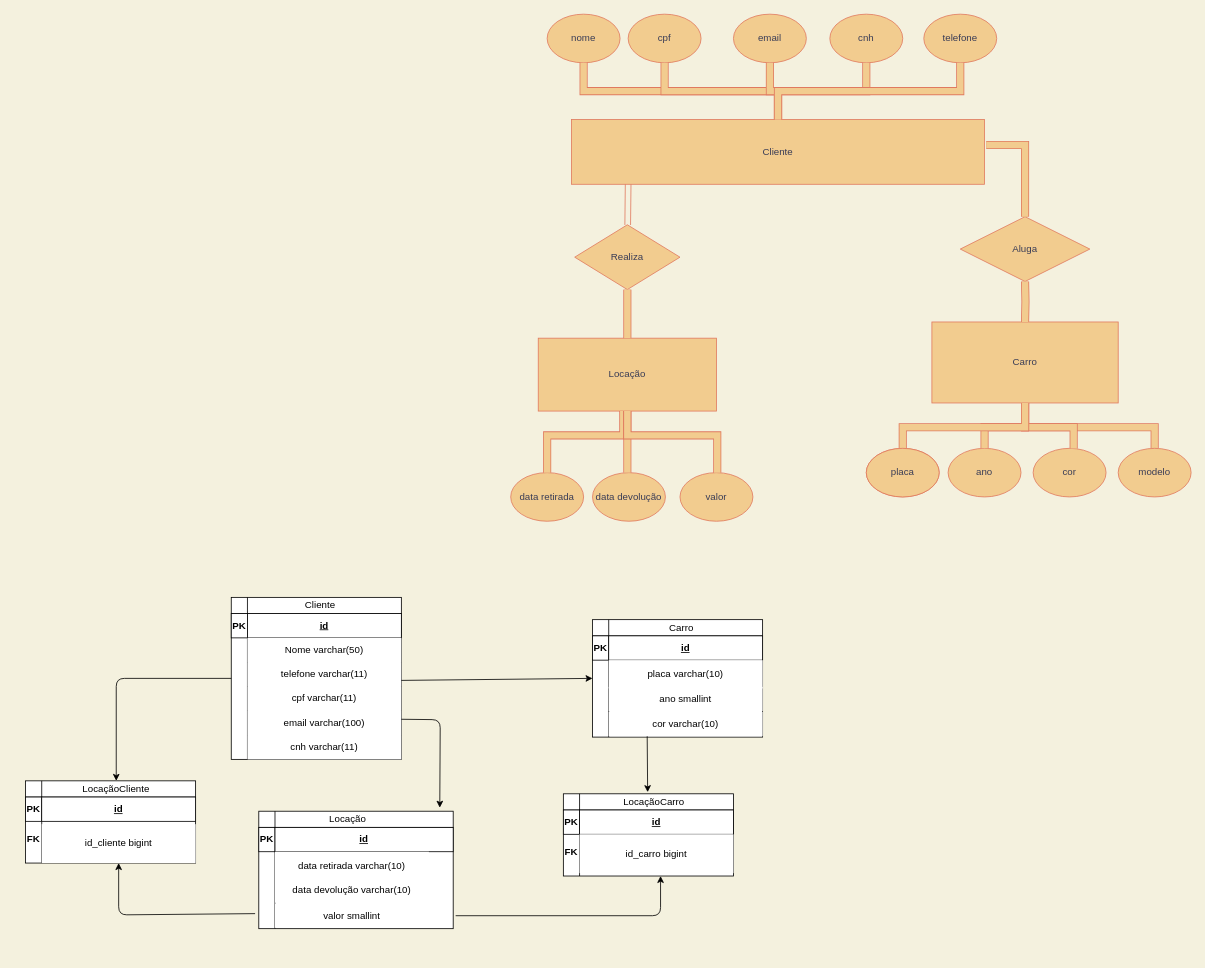
This is locadoraCarro.drawio from maiagripp/serratec, a draw.io file, before an edit. Source tidied: cells renumbered, new cells numbered last; positions are measured from the earlier drawing's top-left corner, leaving out a move shared by most shapes. Both pictures are drawn from the tidied source at 81%, with x=0, y=0 at pixel (14, 14).
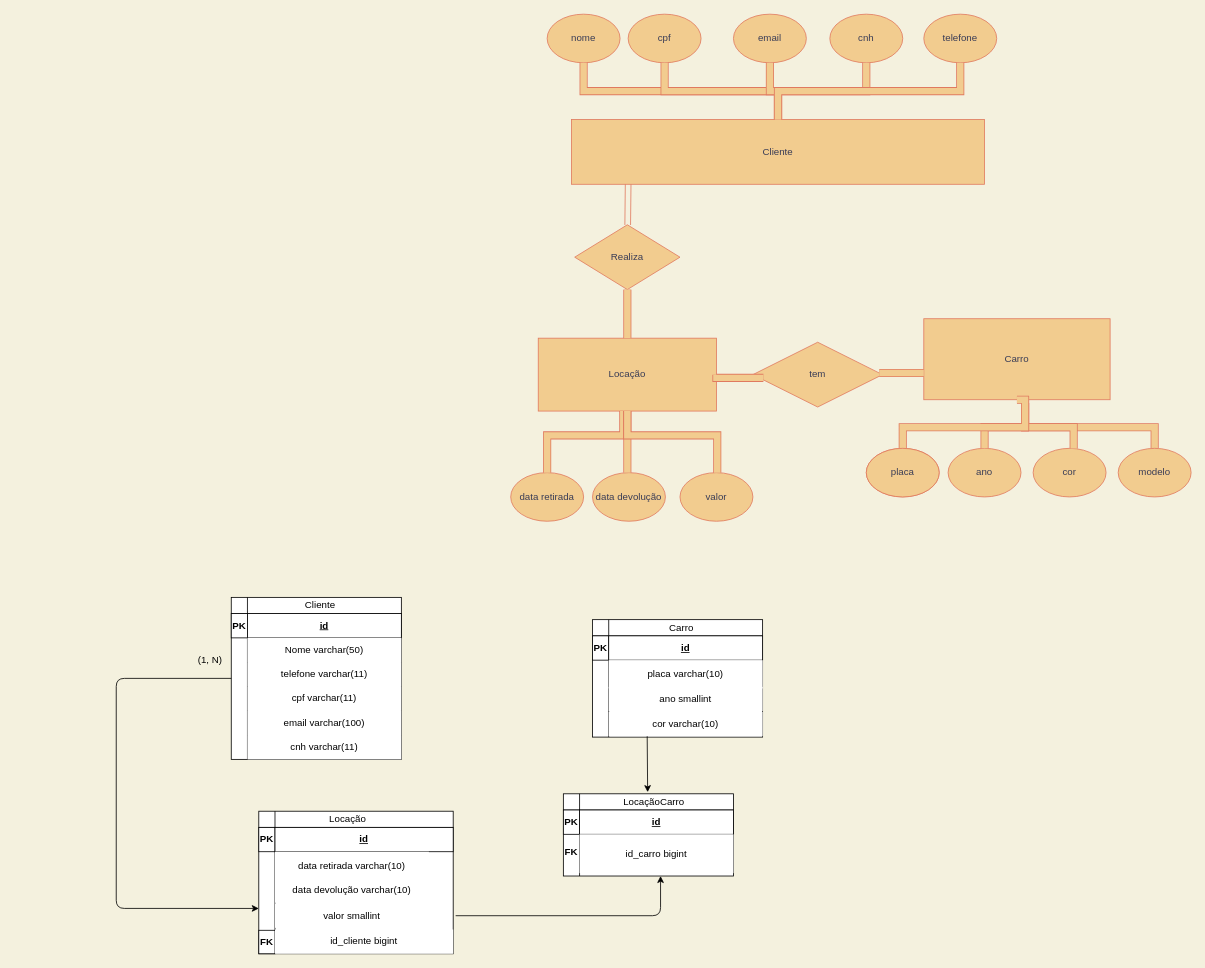
After the change.

Unchanged cells that the change refers to:
```xml
<mxCell id="2" value="Cliente" style="rounded=0;whiteSpace=wrap;html=1;fillColor=#F2CC8F;strokeColor=#E07A5F;fontColor=#393C56;" parent="1" vertex="1">
  <mxGeometry x="688" y="130" width="510" height="80" as="geometry" />
</mxCell>
<mxCell id="25" value="Locação" style="rounded=0;whiteSpace=wrap;html=1;fillColor=#F2CC8F;strokeColor=#E07A5F;fontColor=#393C56;" parent="1" vertex="1">
  <mxGeometry x="647" y="400" width="220" height="90" as="geometry" />
</mxCell>
<mxCell id="36" style="shape=internalStorage;whiteSpace=wrap;html=1;backgroundOutline=1;" parent="1" vertex="1">
  <mxGeometry x="268" y="720" width="210" height="200" as="geometry" />
</mxCell>
<mxCell id="41" value="telefone varchar(11)" style="rounded=0;whiteSpace=wrap;html=1;strokeColor=none;" parent="1" vertex="1">
  <mxGeometry x="288" y="800" width="190" height="30" as="geometry" />
</mxCell>
<mxCell id="45" style="shape=internalStorage;whiteSpace=wrap;html=1;backgroundOutline=1;" parent="1" vertex="1">
  <mxGeometry x="714" y="747.5" width="210" height="145" as="geometry" />
</mxCell>
```

Diff of the diagram source:
```diff
@@
     <mxCell id="13" value="Carro&lt;br&gt;" style="rounded=0;whiteSpace=wrap;html=1;fillColor=#F2CC8F;strokeColor=#E07A5F;fontColor=#393C56;" parent="1" vertex="1">
-      <mxGeometry x="1133" y="380" width="230" height="100" as="geometry" />
+      <mxGeometry x="1123" y="376" width="230" height="100" as="geometry" />
     </mxCell>
-    <mxCell id="14" value="Aluga" style="rhombus;whiteSpace=wrap;html=1;fillColor=#F2CC8F;strokeColor=#E07A5F;fontColor=#393C56;" parent="1" vertex="1">
-      <mxGeometry x="1168" y="250" width="160" height="80" as="geometry" />
+    <mxCell id="14" value="tem" style="rhombus;whiteSpace=wrap;html=1;fillColor=#F2CC8F;strokeColor=#E07A5F;fontColor=#393C56;" parent="1" vertex="1">
+      <mxGeometry x="912" y="405" width="160" height="80" as="geometry" />
     </mxCell>
-    <mxCell id="15" style="shape=filledEdge;rounded=0;fixDash=1;endArrow=none;strokeWidth=10;fillColor=#F2CC8F;edgeStyle=orthogonalEdgeStyle;exitX=1.004;exitY=0.395;exitDx=0;exitDy=0;exitPerimeter=0;strokeColor=#E07A5F;fontColor=#393C56;labelBackgroundColor=#F4F1DE;" parent="1" edge="1" source="2" target="14">
-      <mxGeometry relative="1" as="geometry">
-        <Array as="points">
-          <mxPoint x="1248" y="162" />
-        </Array>
-      </mxGeometry>
-    </mxCell>
-    <mxCell id="16" style="shape=filledEdge;rounded=0;fixDash=1;endArrow=none;strokeWidth=10;fillColor=#F2CC8F;edgeStyle=orthogonalEdgeStyle;entryX=0.5;entryY=1;entryDx=0;entryDy=0;strokeColor=#E07A5F;fontColor=#393C56;labelBackgroundColor=#F4F1DE;" parent="1" edge="1" target="14">
-      <mxGeometry relative="1" as="geometry">
-        <mxPoint x="1248" y="380" as="sourcePoint" />
-      </mxGeometry>
-    </mxCell>
@@
     <mxCell id="52" style="shape=internalStorage;whiteSpace=wrap;html=1;backgroundOutline=1;" parent="1" vertex="1">
-      <mxGeometry x="302" y="984" width="240" height="145" as="geometry" />
+      <mxGeometry x="302" y="984" width="240" height="176" as="geometry" />
     </mxCell>
@@
-    <mxCell id="59" style="endArrow=classic;html=1;exitX=1;exitY=0.75;exitDx=0;exitDy=0;entryX=0;entryY=0.5;entryDx=0;entryDy=0;" parent="1" edge="1" source="41" target="45">
-      <mxGeometry relative="1" as="geometry" />
-    </mxCell>
-    <mxCell id="60" style="shape=internalStorage;whiteSpace=wrap;html=1;backgroundOutline=1;" parent="1" vertex="1">
-      <mxGeometry x="14" y="946.5" width="210" height="101.5" as="geometry" />
-    </mxCell>
-    <mxCell id="61" value="LocaçãoCliente" style="text;html=1;strokeColor=none;fillColor=none;align=center;verticalAlign=middle;whiteSpace=wrap;rounded=0;" parent="1" vertex="1">
-      <mxGeometry x="62" y="946.5" width="128" height="20" as="geometry" />
-    </mxCell>
-    <mxCell id="62" value="PK" style="rounded=0;whiteSpace=wrap;html=1;fontStyle=1;" parent="1" vertex="1">
-      <mxGeometry x="14" y="966.5" width="20" height="30" as="geometry" />
+    <mxCell id="62" value="FK" style="rounded=0;whiteSpace=wrap;html=1;fontStyle=1;" parent="1" vertex="1">
+      <mxGeometry x="302" y="1131" width="20" height="29" as="geometry" />
     </mxCell>
-    <mxCell id="63" value="id" style="rounded=0;whiteSpace=wrap;html=1;fontStyle=5;" parent="1" vertex="1">
-      <mxGeometry x="34" y="966.5" width="190" height="30" as="geometry" />
-    </mxCell>
-    <mxCell id="64" value="id_cliente bigint" style="rounded=0;whiteSpace=wrap;html=1;strokeColor=none;" parent="1" vertex="1">
-      <mxGeometry x="34" y="1000" width="190" height="48" as="geometry" />
-    </mxCell>
-    <mxCell id="65" value="FK" style="text;html=1;strokeColor=none;fillColor=none;align=center;verticalAlign=middle;whiteSpace=wrap;rounded=0;fontStyle=1;" parent="1" vertex="1">
-      <mxGeometry y="1009" width="48" height="20" as="geometry" />
-    </mxCell>
@@
-    <mxCell id="72" style="endArrow=classic;html=1;exitX=0;exitY=0.5;exitDx=0;exitDy=0;" parent="1" edge="1" source="36" target="61">
+    <mxCell id="72" style="endArrow=classic;html=1;exitX=0;exitY=0.5;exitDx=0;exitDy=0;entryX=0;entryY=0.682;entryDx=0;entryDy=0;entryPerimeter=0;" parent="1" edge="1" source="36" target="52">
       <mxGeometry relative="1" as="geometry">
         <Array as="points">
           <mxPoint x="126" y="820" />
+          <mxPoint x="126" y="1104" />
         </Array>
       </mxGeometry>
     </mxCell>
-    <mxCell id="73" style="endArrow=classic;html=1;exitX=-0.019;exitY=0.872;exitDx=0;exitDy=0;entryX=0.5;entryY=1;entryDx=0;entryDy=0;exitPerimeter=0;" parent="1" edge="1" source="52" target="64">
-      <mxGeometry relative="1" as="geometry">
-        <Array as="points">
-          <mxPoint x="129" y="1112" />
-        </Array>
-      </mxGeometry>
-    </mxCell>
@@
-    <mxCell id="76" style="endArrow=classic;html=1;entryX=0.931;entryY=-0.03;entryDx=0;entryDy=0;entryPerimeter=0;" parent="1" edge="1" target="52">
-      <mxGeometry relative="1" as="geometry">
-        <mxPoint x="478" y="870.5" as="sourcePoint" />
-        <Array as="points">
-          <mxPoint x="526" y="871" />
-        </Array>
-      </mxGeometry>
-    </mxCell>
+    <mxCell id="77" value="(1, N)" style="text;html=1;strokeColor=none;fillColor=none;align=center;verticalAlign=middle;whiteSpace=wrap;rounded=0;" parent="1" vertex="1">
+      <mxGeometry x="222" y="787" width="40" height="20" as="geometry" />
+    </mxCell>
+    <mxCell id="78" style="shape=filledEdge;rounded=0;fixDash=1;endArrow=none;strokeWidth=10;fillColor=#F2CC8F;edgeStyle=orthogonalEdgeStyle;entryX=0.081;entryY=0.55;entryDx=0;entryDy=0;exitX=1;exitY=0.5;exitDx=0;exitDy=0;strokeColor=#E07A5F;fontColor=#393C56;labelBackgroundColor=#F4F1DE;entryPerimeter=0;" parent="1" edge="1" source="25" target="14">
+      <mxGeometry relative="1" as="geometry">
+        <Array as="points">
+          <mxPoint x="867" y="449" />
+        </Array>
+      </mxGeometry>
+    </mxCell>
+    <mxCell id="79" style="shape=filledEdge;rounded=0;fixDash=1;endArrow=none;strokeWidth=10;fillColor=#F2CC8F;edgeStyle=orthogonalEdgeStyle;exitX=1;exitY=0.5;exitDx=0;exitDy=0;strokeColor=#E07A5F;fontColor=#393C56;labelBackgroundColor=#F4F1DE;" parent="1" edge="1" target="13">
+      <mxGeometry relative="1" as="geometry">
+        <mxPoint x="1068" y="443" as="sourcePoint" />
+        <Array as="points">
+          <mxPoint x="1118" y="443" />
+          <mxPoint x="1118" y="443" />
+        </Array>
+      </mxGeometry>
+    </mxCell>
+    <mxCell id="64" value="id_cliente bigint" style="rounded=0;whiteSpace=wrap;html=1;strokeColor=none;" parent="1" vertex="1">
+      <mxGeometry x="322" y="1130" width="220" height="30" as="geometry" />
+    </mxCell>
```
